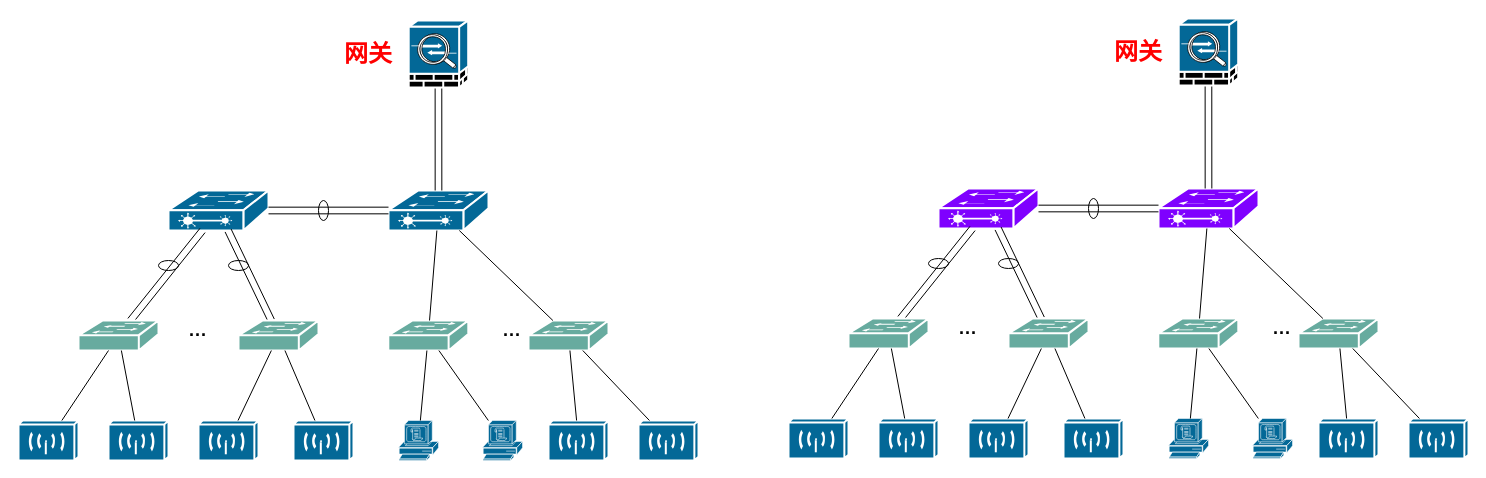
The draw.io diagram bsf拓扑.drawio in lhongbei/lhongbei, before the edit. Source tidied: cells renumbered, new cells numbered last; positions are measured from the earlier drawing's top-left corner, leaving out a move shared by most shapes. Both pictures are drawn from the tidied source at 100%, with x=0, y=0 at pixel (18, 18).
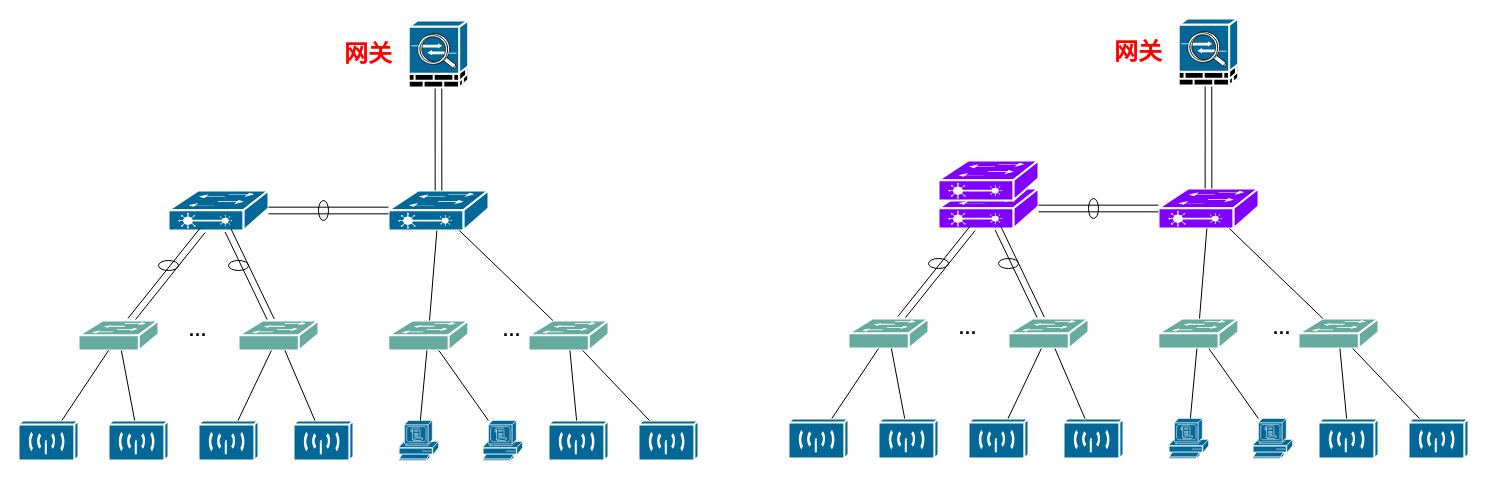
Above is the later version.

Diff of the diagram source:
```diff
@@
+    <mxCell id="74" style="shape=mxgraph.cisco.switches.layer_2_remote_switch;sketch=0;html=1;dashed=0;fillColor=#7F00FF;strokeColor=#ffffff;strokeWidth=2;verticalLabelPosition=bottom;verticalAlign=top;align=center;" parent="1" vertex="1">
+      <mxGeometry x="920" y="142" width="100" height="40" as="geometry" />
+    </mxCell>
```
